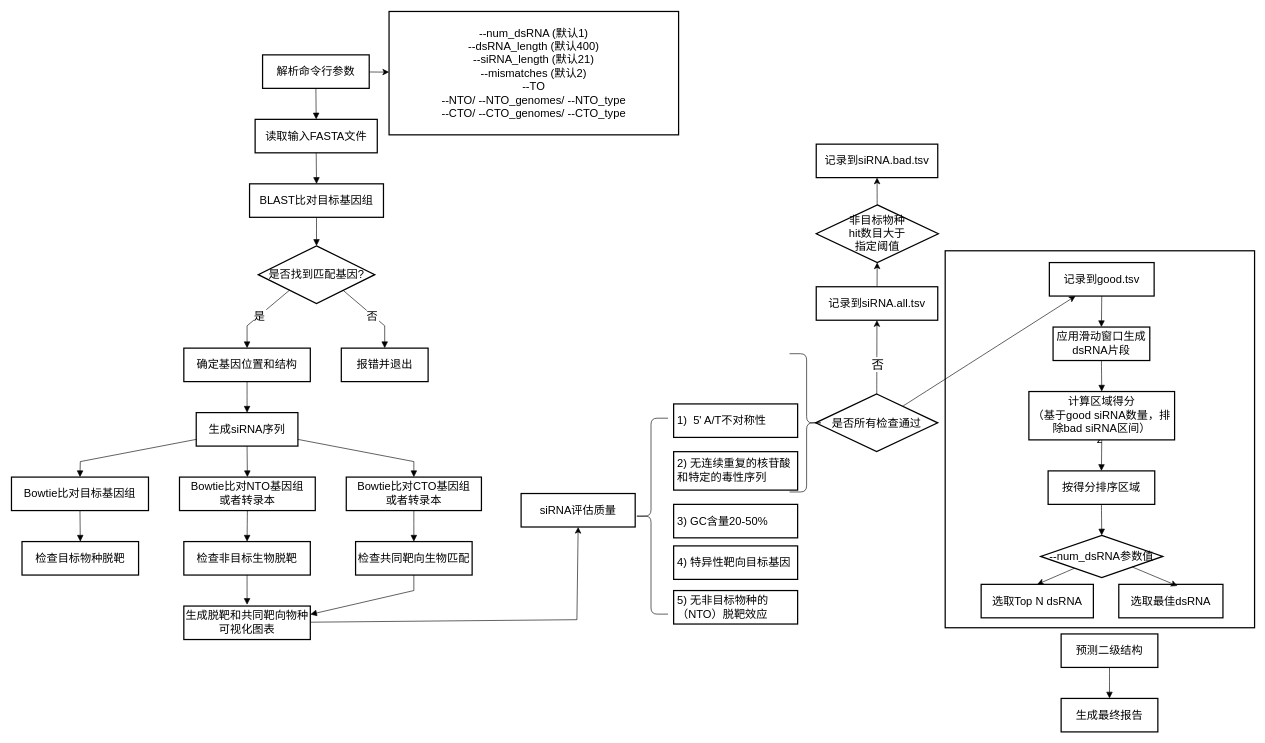
hjanime/101 keeps this draw.io diagram as page "第 19 页" (18 of 18) of 未命名绘图.drawio. Above is the earlier version. Source tidied: cells renumbered, new cells numbered last; positions are measured from the earlier drawing's top-left corner, leaving out a move shared by most shapes. Both pictures are drawn from the tidied source at 62%, with x=0, y=0 at pixel (11, 11).
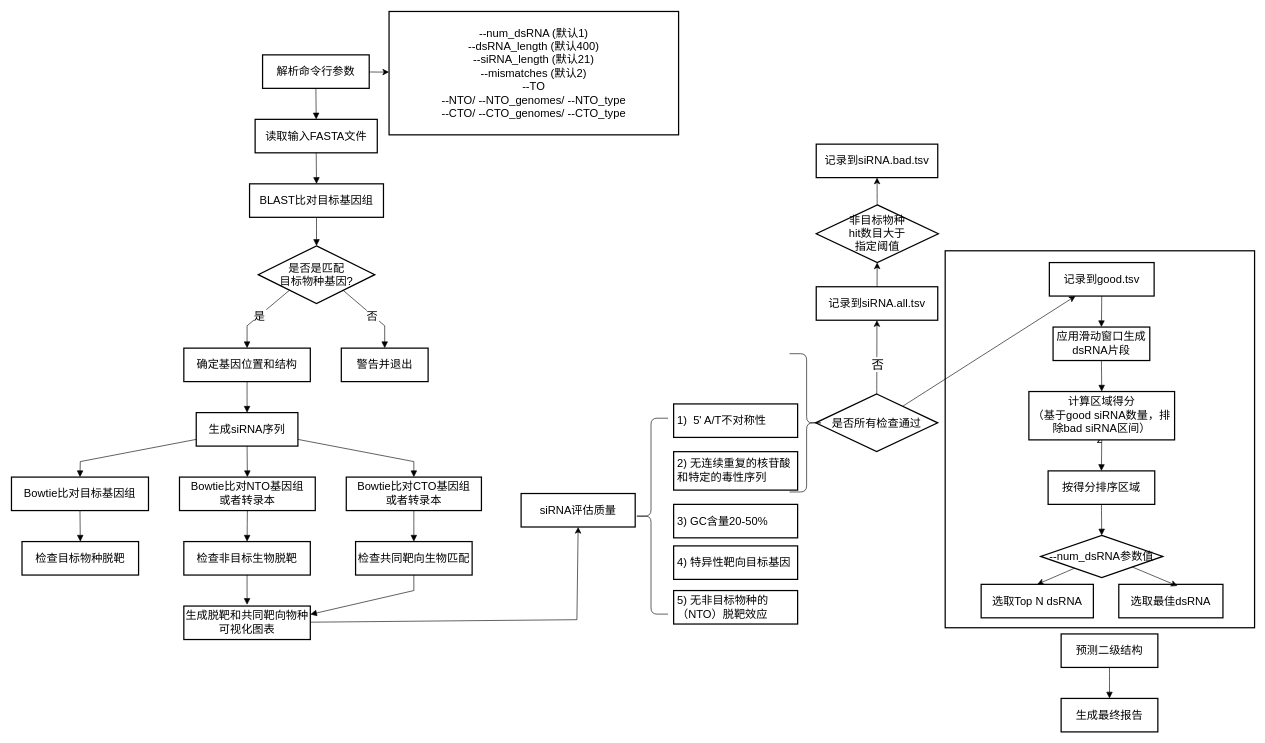
After the change.

Commit message:
更新未命名绘图.drawio

The edit, as a diff of the source:
```diff
@@
-    <mxCell id="6" value="是否找到匹配基因?" style="rhombus;strokeWidth=2;whiteSpace=wrap;fontSize=18;" parent="1" vertex="1">
+    <mxCell id="6" value="是否是匹配&#10;目标物种基因?" style="rhombus;strokeWidth=2;whiteSpace=wrap;fontSize=18;" parent="1" vertex="1">
       <mxGeometry x="398" y="378" width="188" height="93" as="geometry" />
     </mxCell>
@@
-    <mxCell id="8" value="报错并退出" style="whiteSpace=wrap;strokeWidth=2;fontSize=18;" parent="1" vertex="1">
+    <mxCell id="8" value="警告并退出" style="whiteSpace=wrap;strokeWidth=2;fontSize=18;" parent="1" vertex="1">
       <mxGeometry x="532" y="543" width="140" height="54" as="geometry" />
     </mxCell>
```
